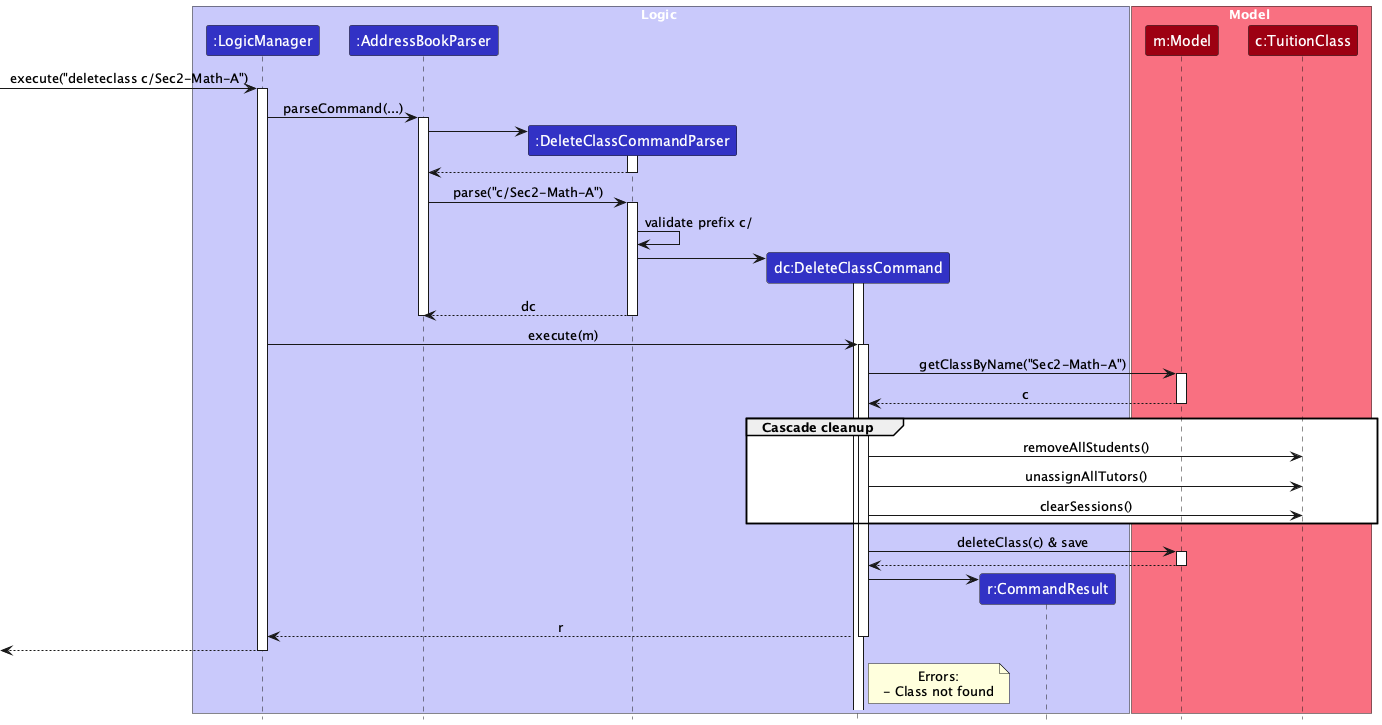
This is docs/images/DeleteClassCascadeSequenceDiagram.png from yihao03/tp, a PlantUML export, as it was before one commit. The source it was exported from:
```plantuml
@startuml
!include style.puml
skinparam ArrowFontStyle plain

box Logic LOGIC_COLOR_T1
participant ":LogicManager" as LogicManager LOGIC_COLOR
participant ":AddressBookParser" as AddressBookParser LOGIC_COLOR
participant ":DeleteClassCommandParser" as DelParser LOGIC_COLOR
participant "dc:DeleteClassCommand" as DelCmd LOGIC_COLOR
participant "r:CommandResult" as CommandResult LOGIC_COLOR
end box

box Model MODEL_COLOR_T1
participant "m:Model" as Model MODEL_COLOR
participant "c:TuitionClass" as Class MODEL_COLOR
end box

[-> LogicManager : execute("deleteclass c/Sec2-Math-A")
activate LogicManager
LogicManager -> AddressBookParser : parseCommand(...)
activate AddressBookParser
create DelParser
AddressBookParser -> DelParser
activate DelParser
DelParser --> AddressBookParser
deactivate DelParser

AddressBookParser -> DelParser : parse("c/Sec2-Math-A")
activate DelParser
DelParser -> DelParser : validate prefix c/
create DelCmd
DelParser -> DelCmd
activate DelCmd
DelParser --> AddressBookParser : dc
deactivate DelParser
deactivate AddressBookParser

LogicManager -> DelCmd : execute(m)
activate DelCmd

DelCmd -> Model : getClassByName("Sec2-Math-A")
activate Model
Model --> DelCmd : c
deactivate Model

group Cascade cleanup
  DelCmd -> Class : removeAllStudents()
  DelCmd -> Class : unassignAllTutors()
  DelCmd -> Class : clearSessions()
end

DelCmd -> Model : deleteClass(c) & save
activate Model
Model --> DelCmd
deactivate Model

create CommandResult
DelCmd -> CommandResult
DelCmd --> LogicManager : r
deactivate DelCmd
[<-- LogicManager
deactivate LogicManager

note right of DelCmd
  Errors:
  - Class not found
end note
@enduml
```
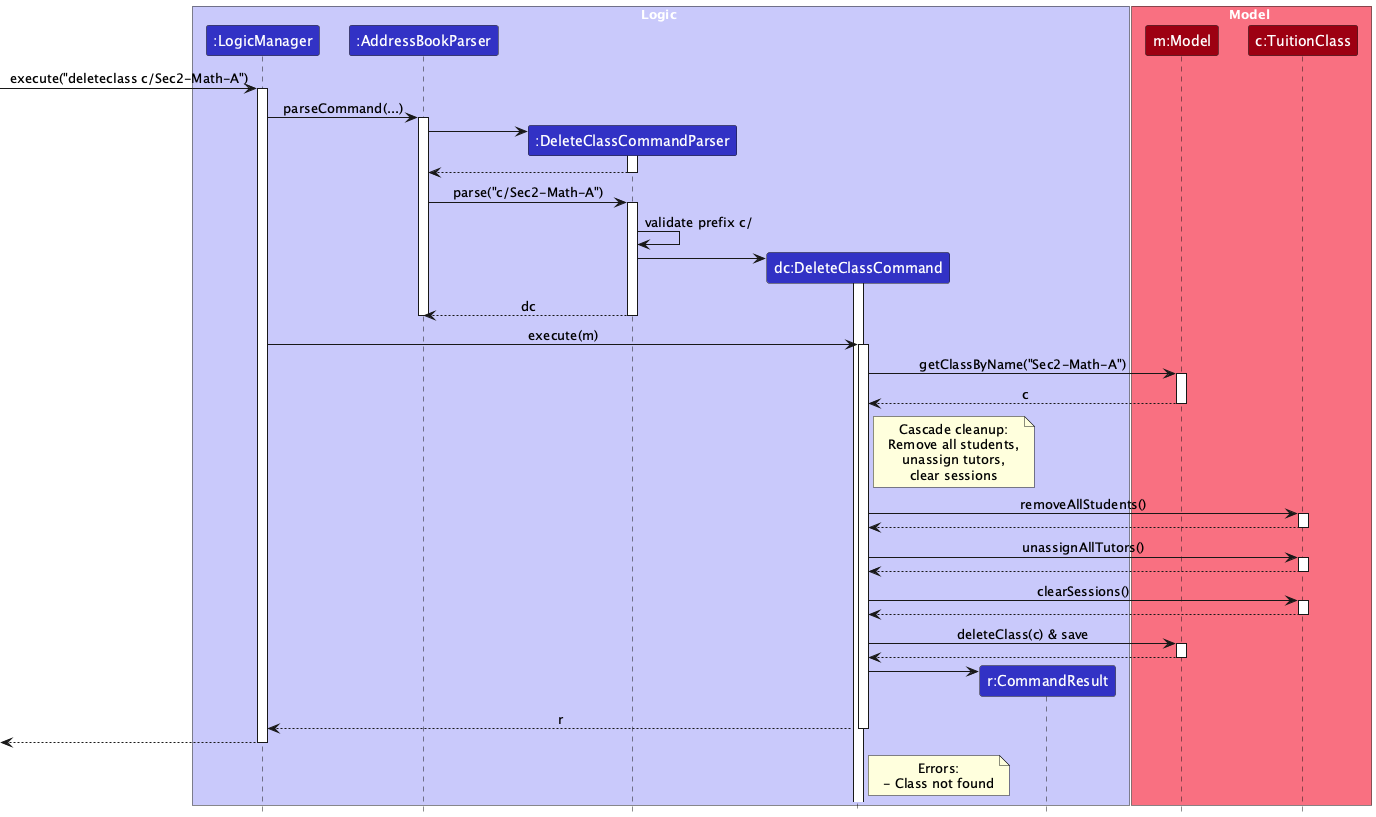
After the change.

Commit message:
Fix [PE-D][Tester C] UML Sequence Diagram incorrect used of Box #266

Change to the diagram source:
```diff
@@ -43,11 +43,27 @@
 Model --> DelCmd : c
 deactivate Model
 
-group Cascade cleanup
-  DelCmd -> Class : removeAllStudents()
-  DelCmd -> Class : unassignAllTutors()
-  DelCmd -> Class : clearSessions()
-end
+note right of DelCmd
+  Cascade cleanup:
+  Remove all students,
+  unassign tutors,
+  clear sessions
+end note
+
+DelCmd -> Class : removeAllStudents()
+activate Class
+Class --> DelCmd
+deactivate Class
+
+DelCmd -> Class : unassignAllTutors()
+activate Class
+Class --> DelCmd
+deactivate Class
+
+DelCmd -> Class : clearSessions()
+activate Class
+Class --> DelCmd
+deactivate Class
 
 DelCmd -> Model : deleteClass(c) & save
 activate Model
```
